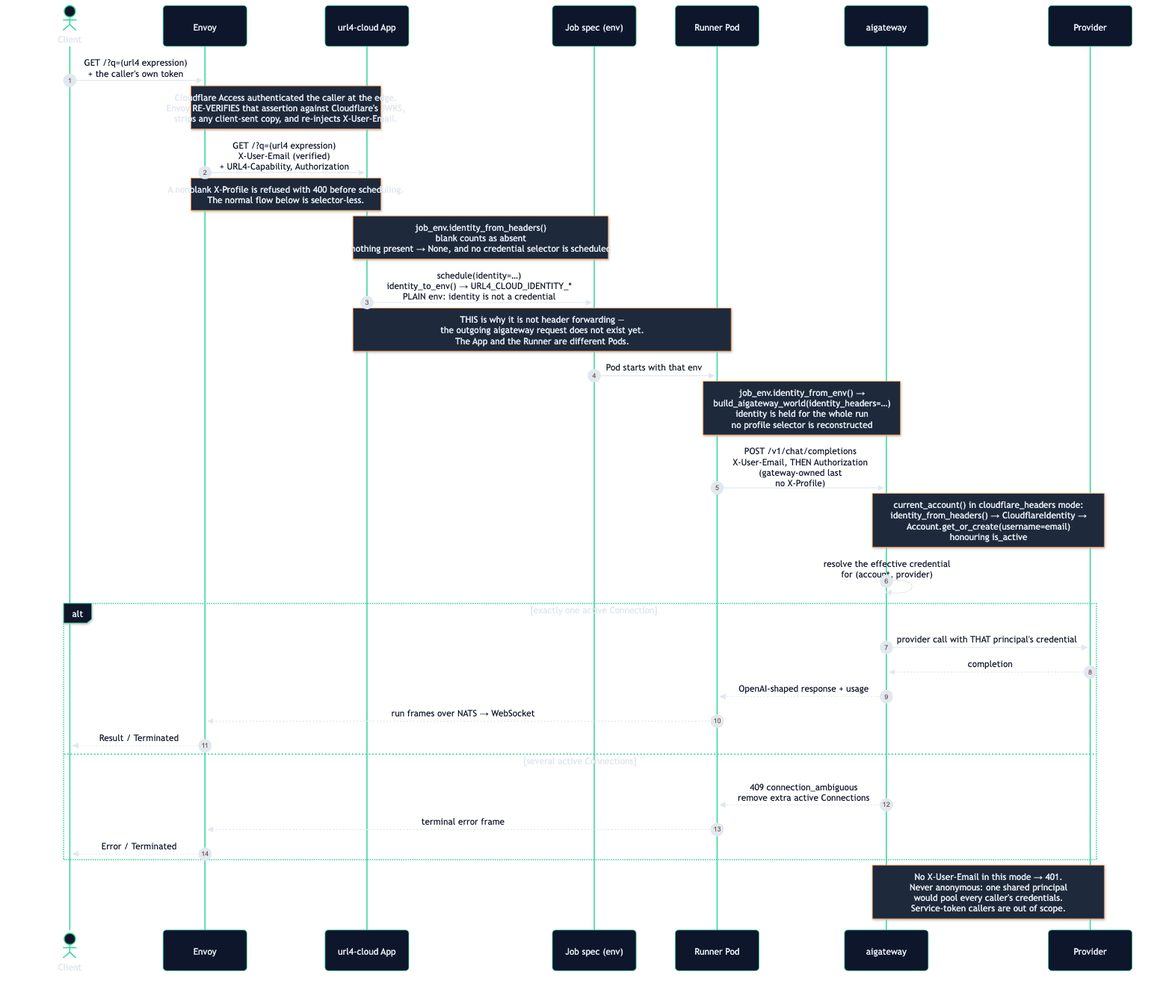
This is docs/diagrams/gateway-identity-flow.png from ScreamingFace/screamingface, a Mermaid export, as it was before one commit. Its source is kept beside it as docs/diagrams/gateway-identity-flow.mmd. Source of this version:
```mermaid
%%{init: {"theme": "base",  "themeVariables": {"primaryColor": "#0f172a", "primaryTextColor": "#e2e8f0", "primaryBorderColor": "#34d399", "lineColor": "#94a3b8", "actorBorder": "#34d399", "actorTextColor": "#e2e8f0", "noteBkgColor": "#1e293b", "noteTextColor": "#e2e8f0", "noteBorderColor": "#fb923c", "signalTextColor": "#0f172a"}}}%%
sequenceDiagram
    autonumber
    actor C as Client
    participant E as Envoy
    participant A as url4-cloud App
    participant J as Job spec (env)
    participant R as Runner Pod
    participant G as aigateway
    participant P as Provider

    C->>E: GET /?q=(url4 expression)<br/>+ the caller's own token
    Note over E,A: Cloudflare Access authenticated the caller at the edge.<br/>Envoy RE-VERIFIES that assertion against Cloudflare's JWKS,<br/>strips any client-sent copy, and re-injects X-User-Email.
    E->>A: GET /?q=(url4 expression)<br/>X-User-Email (verified)<br/>+ URL4-Capability, Authorization
    Note over E,A: A nonblank X-Profile is refused with 400 before scheduling.<br/>The normal flow below is selector-less.

    Note over A,J: job_env.identity_from_headers()<br/>blank counts as absent<br/>nothing present → None, and no credential selector is scheduled
    A->>J: schedule(identity=…)<br/>identity_to_env() → URL4_CLOUD_IDENTITY_*<br/>PLAIN env: identity is not a credential

    Note over A,R: THIS is why it is not header forwarding —<br/>the outgoing aigateway request does not exist yet.<br/>The App and the Runner are different Pods.

    J->>R: Pod starts with that env
    Note over R,G: job_env.identity_from_env() →<br/>build_aigateway_world(identity_headers=…)<br/>identity is held for the whole run<br/>no profile selector is reconstructed

    R->>G: POST /v1/chat/completions<br/>X-User-Email, THEN Authorization<br/>(gateway-owned last<br/>no X-Profile)

    Note over G,P: current_account() in cloudflare_headers mode:<br/>identity_from_headers() → CloudflareIdentity →<br/>Account.get_or_create(username=email)<br/>honouring is_active
    G->>G: resolve the effective credential<br/>for (account, provider)
    alt exactly one active Connection
        G->>P: provider call with THAT principal's credential
        P-->>G: completion
        G-->>R: OpenAI-shaped response + usage
        R-->>E: run frames over NATS → WebSocket
        E-->>C: Result / Terminated
    else several active Connections
        G-->>R: 409 connection_ambiguous<br/>remove extra active Connections
        R-->>E: terminal error frame
        E-->>C: Error / Terminated
    end

    Note over G,P: No X-User-Email in this mode → 401.<br/>Never anonymous: one shared principal<br/>would pool every caller's credentials.<br/>Service-token callers are out of scope.
```
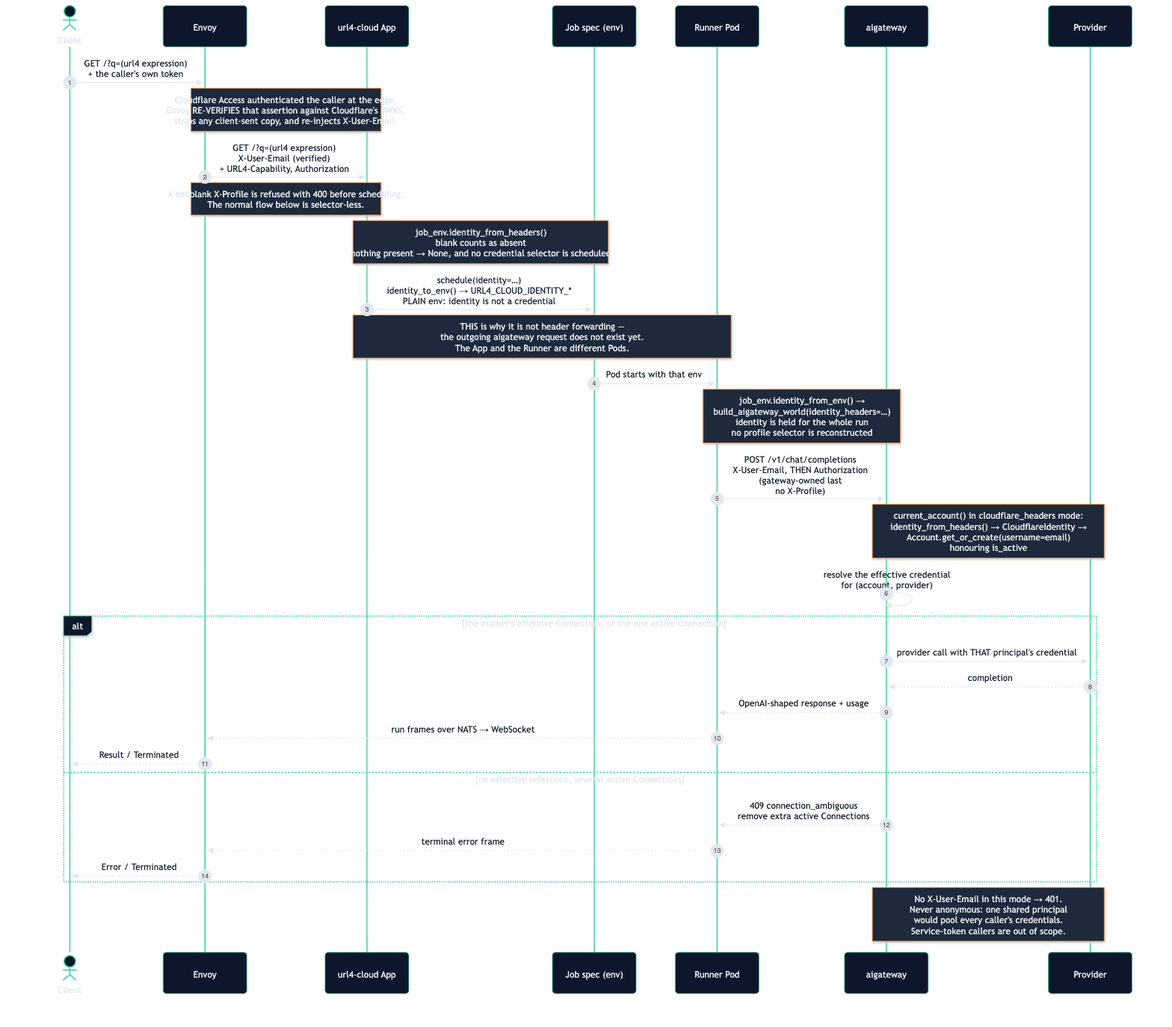
The same file after the commit.

Commit message:
docs(aigateway): stop the gateway for the L4a remediation and scope the ambiguity rule

The edit, as a diff of the source:
```diff
@@ -26,13 +26,13 @@
 
     Note over G,P: current_account() in cloudflare_headers mode:<br/>identity_from_headers() → CloudflareIdentity →<br/>Account.get_or_create(username=email)<br/>honouring is_active
     G->>G: resolve the effective credential<br/>for (account, provider)
-    alt exactly one active Connection
+    alt the marker's effective Connection, or the one active Connection
         G->>P: provider call with THAT principal's credential
         P-->>G: completion
         G-->>R: OpenAI-shaped response + usage
         R-->>E: run frames over NATS → WebSocket
         E-->>C: Result / Terminated
-    else several active Connections
+    else no effective reference, several active Connections
         G-->>R: 409 connection_ambiguous<br/>remove extra active Connections
         R-->>E: terminal error frame
         E-->>C: Error / Terminated
```
